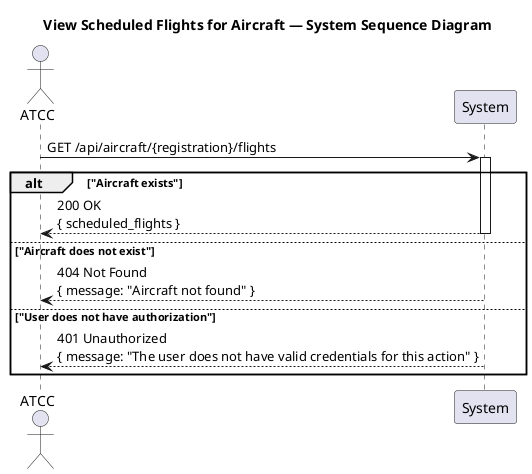
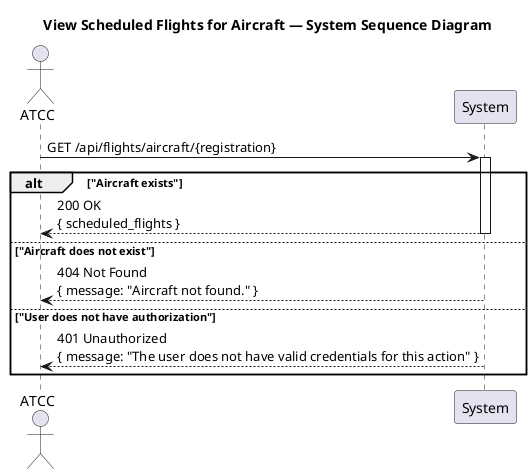
@startuml
title View Scheduled Flights for Aircraft — System Sequence Diagram

autoactivate on

actor "ATCC" as ATCC
participant "System" as System

- ATCC -> System : GET /api/aircraft/{registration}/flights
+ ATCC -> System : GET /api/flights/aircraft/{registration}

alt "Aircraft exists"
    System --> ATCC : 200 OK\n{ scheduled_flights }

else "Aircraft does not exist"
-     System --> ATCC : 404 Not Found\n{ message: "Aircraft not found" }
+     System --> ATCC : 404 Not Found\n{ message: "Aircraft not found." }

else "User does not have authorization"
    System --> ATCC : 401 Unauthorized\n{ message: "The user does not have valid credentials for this action" }
end

@enduml